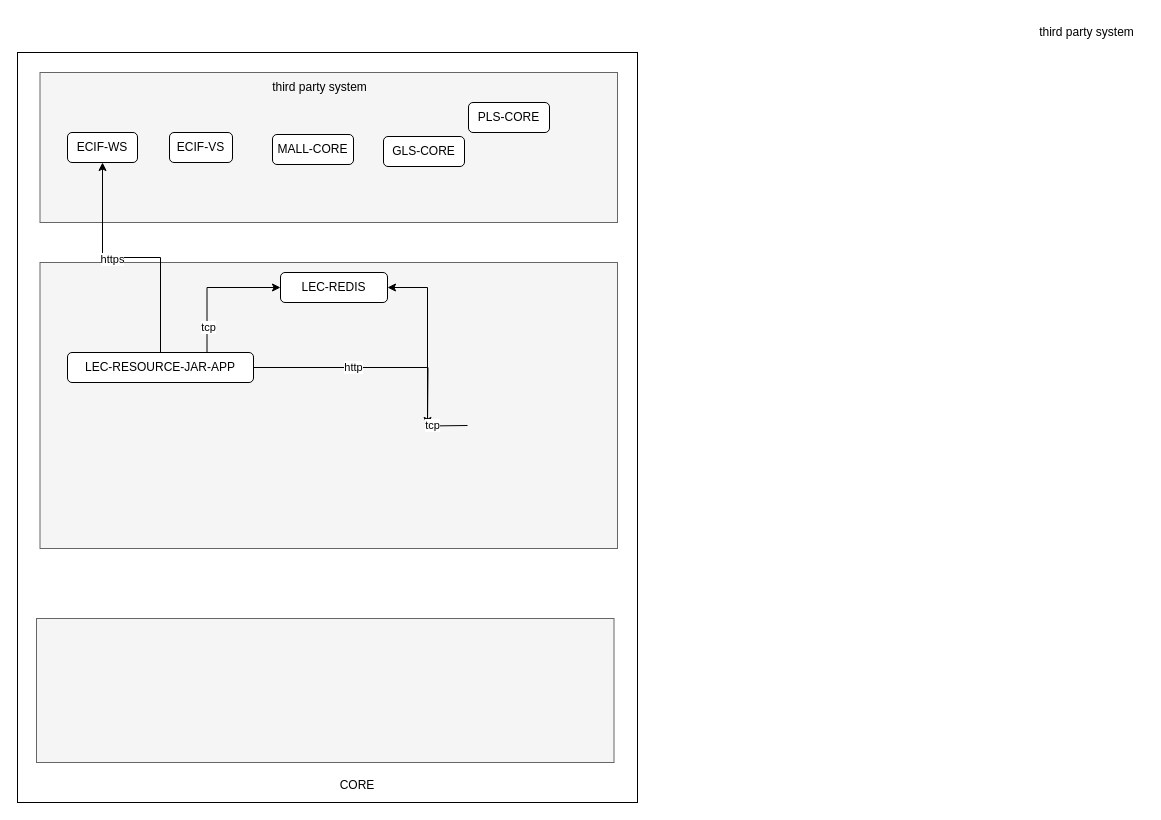
Before: ECIF-DS架构图.drawio in rainerpiao/cloud-computing, a draw.io diagram. Source tidied: cells renumbered, new cells numbered last; positions are measured from the earlier drawing's top-left corner, leaving out a move shared by most shapes. Both pictures are drawn from the tidied source at 100%, with x=0, y=0 at pixel (17, 17).
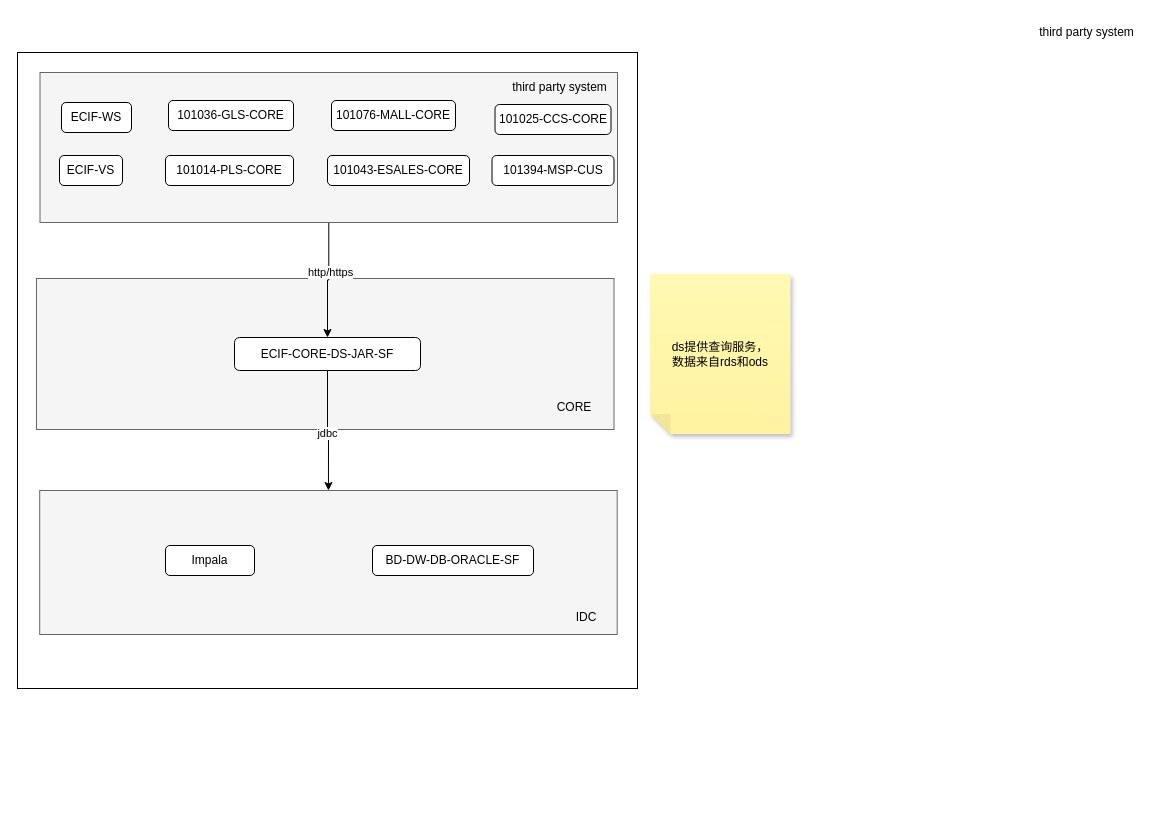
The same page after the edit.

Commit message:
更新ECIF-DS架构图.drawio

Unchanged cells that the change refers to:
```xml
<mxCell id="4" style="rounded=0;whiteSpace=wrap;html=1;fillColor=#f5f5f5;fontColor=#333333;strokeColor=#666666;" parent="1" vertex="1">
  <mxGeometry x="22.5" y="55" width="577.5" height="150" as="geometry" />
</mxCell>
```

What changed in the source:
```diff
@@
     <mxCell id="2" style="rounded=0;whiteSpace=wrap;html=1;" parent="1" vertex="1">
-      <mxGeometry y="35" width="620" height="750" as="geometry" />
+      <mxGeometry y="35" width="620" height="636" as="geometry" />
     </mxCell>
     <mxCell id="3" style="rounded=0;whiteSpace=wrap;html=1;fillColor=#f5f5f5;fontColor=#333333;strokeColor=#666666;" parent="1" vertex="1">
-      <mxGeometry x="22.5" y="245" width="577.5" height="286" as="geometry" />
+      <mxGeometry x="19" y="261" width="577.5" height="151" as="geometry" />
     </mxCell>
+    <mxCell id="24" style="edgeStyle=orthogonalEdgeStyle;rounded=0;jettySize=auto;html=1;" parent="1" edge="1" source="4" target="11">
+      <mxGeometry relative="1" as="geometry" />
+    </mxCell>
+    <mxCell id="25" value="http/https" style="edgeLabel;html=1;align=center;verticalAlign=middle;" parent="24" vertex="1">
+      <mxGeometry x="-0.15" y="1" relative="1" as="geometry" />
+    </mxCell>
@@
-    <mxCell id="5" style="edgeStyle=orthogonalEdgeStyle;rounded=0;jettySize=auto;html=1;entryX=0.25;entryY=0;entryDx=0;entryDy=0;" parent="1" edge="1" source="11">
-      <mxGeometry relative="1" as="geometry">
-        <mxPoint x="410" y="408" as="targetPoint" />
-      </mxGeometry>
-    </mxCell>
-    <mxCell id="6" value="http" style="edgeLabel;html=1;align=center;verticalAlign=middle;" parent="5" vertex="1">
-      <mxGeometry x="-0.15" y="1" relative="1" as="geometry" />
-    </mxCell>
-    <mxCell id="7" style="edgeStyle=orthogonalEdgeStyle;rounded=0;jettySize=auto;html=1;entryX=0;entryY=0.5;entryDx=0;entryDy=0;exitX=0.75;exitY=0;exitDx=0;exitDy=0;" parent="1" edge="1" source="11" target="14">
-      <mxGeometry relative="1" as="geometry" />
-    </mxCell>
-    <mxCell id="8" value="tcp" style="edgeLabel;html=1;align=center;verticalAlign=middle;" parent="7" vertex="1">
-      <mxGeometry x="-0.62" relative="1" as="geometry">
-        <mxPoint x="1" as="offset" />
-      </mxGeometry>
-    </mxCell>
-    <mxCell id="9" style="edgeStyle=orthogonalEdgeStyle;rounded=0;jettySize=auto;html=1;" parent="1" edge="1" source="11" target="17">
-      <mxGeometry relative="1" as="geometry" />
-    </mxCell>
-    <mxCell id="10" value="https" style="edgeLabel;html=1;align=center;verticalAlign=middle;" parent="9" vertex="1">
-      <mxGeometry x="0.16" y="1" relative="1" as="geometry" />
-    </mxCell>
+    <mxCell id="26" style="edgeStyle=orthogonalEdgeStyle;rounded=0;jettySize=auto;html=1;entryX=0.5;entryY=0;entryDx=0;entryDy=0;" parent="1" edge="1" source="11" target="21">
+      <mxGeometry relative="1" as="geometry" />
+    </mxCell>
+    <mxCell id="27" value="jdbc" style="edgeLabel;html=1;align=center;verticalAlign=middle;" parent="26" vertex="1">
+      <mxGeometry x="0.05" y="-1" relative="1" as="geometry" />
+    </mxCell>
-    <mxCell id="11" value="LEC-RESOURCE-JAR-APP" style="rounded=1;whiteSpace=wrap;html=1;" parent="1" vertex="1">
-      <mxGeometry x="50" y="335" width="186" height="30" as="geometry" />
+    <mxCell id="11" value="ECIF-CORE-DS-JAR-SF" style="rounded=1;whiteSpace=wrap;html=1;" parent="1" vertex="1">
+      <mxGeometry x="217" y="320" width="186" height="33" as="geometry" />
     </mxCell>
-    <mxCell id="12" style="edgeStyle=orthogonalEdgeStyle;rounded=0;jettySize=auto;html=1;entryX=1;entryY=0.5;entryDx=0;entryDy=0;exitX=0.5;exitY=0;exitDx=0;exitDy=0;" parent="1" edge="1" target="14">
-      <mxGeometry relative="1" as="geometry">
-        <mxPoint x="450" y="408" as="sourcePoint" />
-      </mxGeometry>
-    </mxCell>
-    <mxCell id="13" value="tcp" style="edgeLabel;html=1;align=center;verticalAlign=middle;" parent="12" vertex="1">
-      <mxGeometry x="-0.68" y="-1" relative="1" as="geometry" />
-    </mxCell>
-    <mxCell id="14" value="LEC-&lt;span style=&quot;background-color: initial;&quot;&gt;REDIS&lt;/span&gt;" style="rounded=1;whiteSpace=wrap;html=1;" parent="1" vertex="1">
-      <mxGeometry x="263" y="255" width="107" height="30" as="geometry" />
-    </mxCell>
-    <mxCell id="15" value="MALL-CORE" style="rounded=1;whiteSpace=wrap;html=1;" parent="1" vertex="1">
-      <mxGeometry x="255" y="117" width="81" height="30" as="geometry" />
+    <mxCell id="15" value="101076-MALL-CORE" style="rounded=1;whiteSpace=wrap;html=1;" parent="1" vertex="1">
+      <mxGeometry x="314" y="83" width="124" height="30" as="geometry" />
     </mxCell>
-    <mxCell id="16" value="CORE" style="text;html=1;align=center;verticalAlign=middle;whiteSpace=wrap;rounded=0;" parent="1" vertex="1">
-      <mxGeometry x="310" y="753" width="60" height="30" as="geometry" />
+    <mxCell id="16" value="CORE" style="text;html=1;align=center;verticalAlign=middle;whiteSpace=wrap;rounded=0;fillColor=none;" parent="1" vertex="1">
+      <mxGeometry x="527" y="375" width="60" height="30" as="geometry" />
     </mxCell>
     <mxCell id="17" value="ECIF-WS" style="rounded=1;whiteSpace=wrap;html=1;" parent="1" vertex="1">
-      <mxGeometry x="50" y="115" width="70" height="30" as="geometry" />
+      <mxGeometry x="44" y="85" width="70" height="30" as="geometry" />
     </mxCell>
-    <mxCell id="18" value="third party system" style="text;html=1;align=center;verticalAlign=middle;whiteSpace=wrap;rounded=0;" parent="1" vertex="1">
-      <mxGeometry x="246" y="55" width="113" height="30" as="geometry" />
+    <mxCell id="18" value="third party system" style="text;html=1;align=center;verticalAlign=middle;whiteSpace=wrap;rounded=0;fillColor=none;" parent="1" vertex="1">
+      <mxGeometry x="485.8" y="55" width="113" height="30" as="geometry" />
     </mxCell>
@@
     <mxCell id="20" value="ECIF-VS" style="rounded=1;whiteSpace=wrap;html=1;" parent="1" vertex="1">
-      <mxGeometry x="152" y="115" width="63" height="30" as="geometry" />
+      <mxGeometry x="42" y="138" width="63" height="30" as="geometry" />
     </mxCell>
     <mxCell id="21" style="rounded=0;whiteSpace=wrap;html=1;fillColor=#f5f5f5;fontColor=#333333;strokeColor=#666666;" parent="1" vertex="1">
-      <mxGeometry x="19" y="601" width="577.5" height="144" as="geometry" />
+      <mxGeometry x="22.2" y="473" width="577.5" height="144" as="geometry" />
     </mxCell>
-    <mxCell id="22" value="GLS-CORE" style="rounded=1;whiteSpace=wrap;html=1;" parent="1" vertex="1">
-      <mxGeometry x="366" y="119" width="81" height="30" as="geometry" />
+    <mxCell id="22" value="101036-GLS-CORE" style="rounded=1;whiteSpace=wrap;html=1;" parent="1" vertex="1">
+      <mxGeometry x="151" y="83" width="125" height="30" as="geometry" />
     </mxCell>
-    <mxCell id="23" value="PLS-CORE" style="rounded=1;whiteSpace=wrap;html=1;" parent="1" vertex="1">
-      <mxGeometry x="451" y="85" width="81" height="30" as="geometry" />
+    <mxCell id="23" value="101014-PLS-CORE" style="rounded=1;whiteSpace=wrap;html=1;" parent="1" vertex="1">
+      <mxGeometry x="148" y="138" width="128" height="30" as="geometry" />
     </mxCell>
+    <mxCell id="28" value="101043-ESALES-CORE" style="rounded=1;whiteSpace=wrap;html=1;" parent="1" vertex="1">
+      <mxGeometry x="310" y="138" width="142" height="30" as="geometry" />
+    </mxCell>
+    <mxCell id="29" value="101025-CCS-CORE" style="rounded=1;whiteSpace=wrap;html=1;" parent="1" vertex="1">
+      <mxGeometry x="477.5" y="87" width="116" height="30" as="geometry" />
+    </mxCell>
+    <mxCell id="30" value="101394-MSP-CUS" style="rounded=1;whiteSpace=wrap;html=1;" parent="1" vertex="1">
+      <mxGeometry x="474.5" y="138" width="122" height="30" as="geometry" />
+    </mxCell>
+    <mxCell id="31" value="Impala" style="rounded=1;whiteSpace=wrap;html=1;" parent="1" vertex="1">
+      <mxGeometry x="148" y="528" width="89" height="30" as="geometry" />
+    </mxCell>
+    <mxCell id="32" value="BD-DW-DB-ORACLE-SF" style="rounded=1;whiteSpace=wrap;html=1;" parent="1" vertex="1">
+      <mxGeometry x="355" y="528" width="161" height="30" as="geometry" />
+    </mxCell>
+    <mxCell id="33" value="IDC" style="text;html=1;align=center;verticalAlign=middle;whiteSpace=wrap;rounded=0;fillColor=none;" parent="1" vertex="1">
+      <mxGeometry x="538.8" y="585" width="60" height="30" as="geometry" />
+    </mxCell>
+    <mxCell id="34" value="ds提供查询服务，&lt;div&gt;数据来自rds和ods&lt;/div&gt;" style="shape=note;whiteSpace=wrap;html=1;backgroundOutline=1;fontColor=#000000;darkOpacity=0.05;fillColor=#FFF9B2;strokeColor=none;fillStyle=solid;direction=west;gradientDirection=north;gradientColor=#FFF2A1;shadow=1;size=20;" parent="1" vertex="1">
+      <mxGeometry x="633" y="256.5" width="140" height="160" as="geometry" />
+    </mxCell>
```
